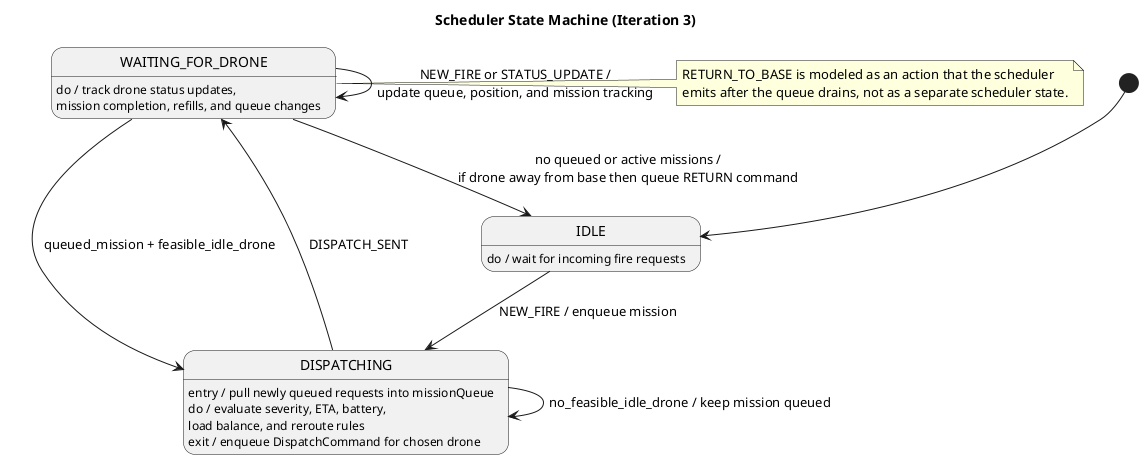
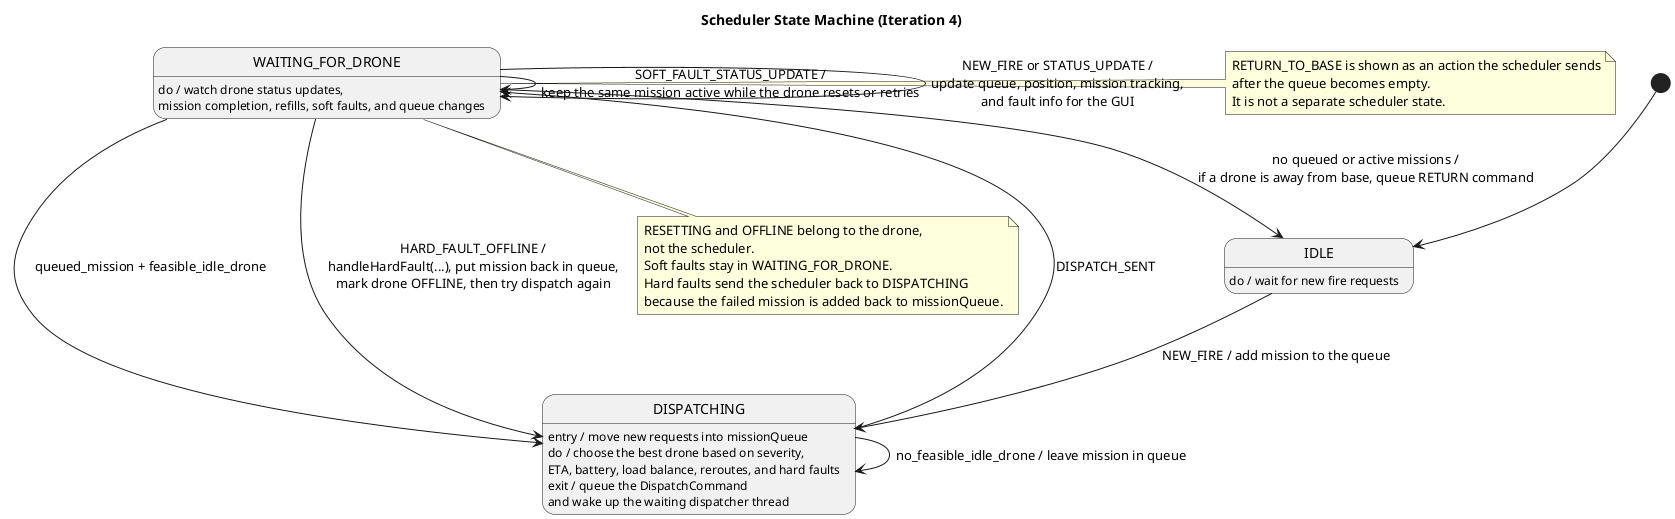
@startuml
- title Scheduler State Machine (Iteration 3)
+ title Scheduler State Machine (Iteration 4)

state IDLE
state DISPATCHING
state WAITING_FOR_DRONE

- IDLE : do / wait for incoming fire requests
- DISPATCHING : entry / pull newly queued requests into missionQueue
- DISPATCHING : do / evaluate severity, ETA, battery,\nload balance, and reroute rules
- DISPATCHING : exit / enqueue DispatchCommand for chosen drone
- WAITING_FOR_DRONE : do / track drone status updates,\nmission completion, refills, and queue changes
+ IDLE : do / wait for new fire requests
+ DISPATCHING : entry / move new requests into missionQueue
+ DISPATCHING : do / choose the best drone based on severity,\nETA, battery, load balance, reroutes, and hard faults
+ DISPATCHING : exit / queue the DispatchCommand\nand wake up the waiting dispatcher thread
+ WAITING_FOR_DRONE : do / watch drone status updates,\nmission completion, refills, soft faults, and queue changes

[*] --> IDLE

- IDLE --> DISPATCHING : NEW_FIRE / enqueue mission
+ IDLE --> DISPATCHING : NEW_FIRE / add mission to the queue
DISPATCHING --> WAITING_FOR_DRONE : DISPATCH_SENT
- DISPATCHING --> DISPATCHING : no_feasible_idle_drone / keep mission queued
+ DISPATCHING --> DISPATCHING : no_feasible_idle_drone / leave mission in queue

WAITING_FOR_DRONE --> DISPATCHING : queued_mission + feasible_idle_drone
- WAITING_FOR_DRONE --> WAITING_FOR_DRONE : NEW_FIRE or STATUS_UPDATE /\nupdate queue, position, and mission tracking
- WAITING_FOR_DRONE --> IDLE : no queued or active missions /\nif drone away from base then queue RETURN command
+ WAITING_FOR_DRONE --> DISPATCHING : HARD_FAULT_OFFLINE /\nhandleHardFault(...), put mission back in queue,\nmark drone OFFLINE, then try dispatch again
+ WAITING_FOR_DRONE --> WAITING_FOR_DRONE : SOFT_FAULT_STATUS_UPDATE /\nkeep the same mission active while the drone resets or retries
+ WAITING_FOR_DRONE --> WAITING_FOR_DRONE : NEW_FIRE or STATUS_UPDATE /\nupdate queue, position, mission tracking,\nand fault info for the GUI
+ WAITING_FOR_DRONE --> IDLE : no queued or active missions /\nif a drone is away from base, queue RETURN command

note right of WAITING_FOR_DRONE
-   RETURN_TO_BASE is modeled as an action that the scheduler
-   emits after the queue drains, not as a separate scheduler state.
+   RETURN_TO_BASE is shown as an action the scheduler sends
+   after the queue becomes empty.
+   It is not a separate scheduler state.
+ end note
+ 
+ note bottom of WAITING_FOR_DRONE
+   RESETTING and OFFLINE belong to the drone,
+   not the scheduler.
+   Soft faults stay in WAITING_FOR_DRONE.
+   Hard faults send the scheduler back to DISPATCHING
+   because the failed mission is added back to missionQueue.
end note

@enduml
